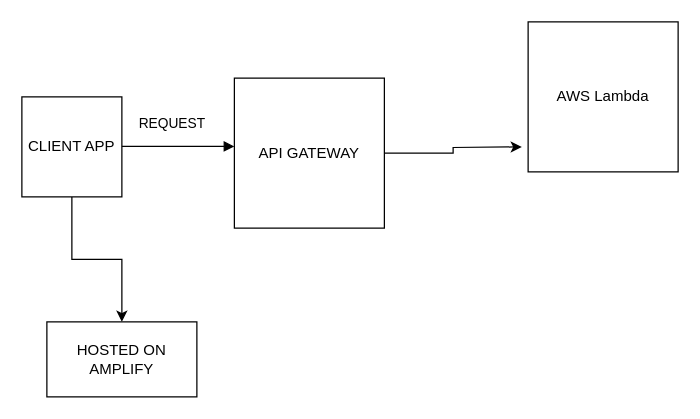
Before: Untitled Diagram.drawio in Nirbhay007/aws-services-app, a draw.io diagram. Source tidied: cells renumbered, new cells numbered last; positions are measured from the earlier drawing's top-left corner, leaving out a move shared by most shapes. Both pictures are drawn from the tidied source at 125%, with x=0, y=0 at pixel (21, 21).
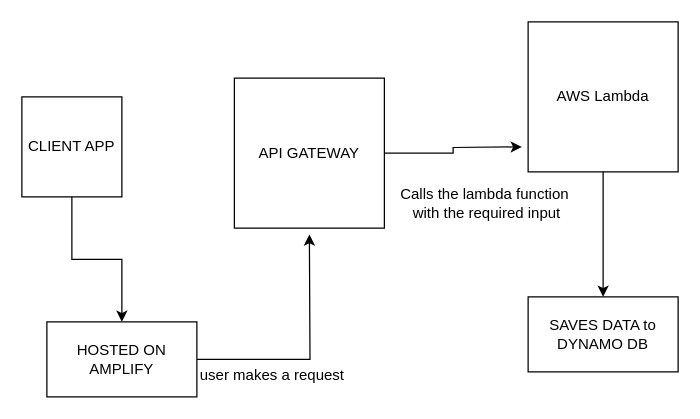
After the change.

What changed in the source:
```diff
@@
 <mxGraphModel>
   <root>
     <mxCell id="0" />
     <mxCell id="1" parent="0" />
-    <mxCell id="2" value="REQUEST" style="html=1;verticalAlign=bottom;endArrow=block;edgeStyle=elbowEdgeStyle;elbow=vertical;curved=0;rounded=0;" parent="1" edge="1">
-      <mxGeometry x="0.16" y="10" relative="1" as="geometry">
-        <mxPoint x="60" y="109.6" as="sourcePoint" />
-        <mxPoint x="170" y="100" as="targetPoint" />
-        <Array as="points">
-          <mxPoint x="170" y="99.6" />
-        </Array>
-      </mxGeometry>
-    </mxCell>
+    <mxCell id="9" style="edgeStyle=orthogonalEdgeStyle;rounded=0;jettySize=auto;html=1;" parent="1" edge="1" source="3" target="13">
+      <mxGeometry relative="1" as="geometry" />
+    </mxCell>
     <mxCell id="3" value="AWS Lambda" style="whiteSpace=wrap;html=1;" parent="1" vertex="1">
       <mxGeometry x="405" width="120" height="120" as="geometry" />
     </mxCell>
     <mxCell id="4" style="edgeStyle=orthogonalEdgeStyle;rounded=0;jettySize=auto;html=1;" parent="1" edge="1" source="5" target="8">
       <mxGeometry relative="1" as="geometry" />
     </mxCell>
     <mxCell id="5" value="CLIENT APP" style="whiteSpace=wrap;html=1;" parent="1" vertex="1">
       <mxGeometry y="60" width="80" height="80" as="geometry" />
     </mxCell>
     <mxCell id="6" style="edgeStyle=orthogonalEdgeStyle;rounded=0;jettySize=auto;html=1;" parent="1" edge="1" source="7">
       <mxGeometry relative="1" as="geometry">
         <mxPoint x="400" y="100" as="targetPoint" />
       </mxGeometry>
     </mxCell>
     <mxCell id="7" value="API GATEWAY" style="whiteSpace=wrap;html=1;" parent="1" vertex="1">
       <mxGeometry x="170" y="45" width="120" height="120" as="geometry" />
     </mxCell>
+    <mxCell id="10" style="edgeStyle=orthogonalEdgeStyle;rounded=0;jettySize=auto;html=1;" parent="1" edge="1" source="8">
+      <mxGeometry relative="1" as="geometry">
+        <mxPoint x="230" y="170" as="targetPoint" />
+      </mxGeometry>
+    </mxCell>
     <mxCell id="8" value="HOSTED ON AMPLIFY" style="rounded=0;whiteSpace=wrap;html=1;" parent="1" vertex="1">
       <mxGeometry x="20" y="240" width="120" height="60" as="geometry" />
     </mxCell>
+    <mxCell id="11" value="user makes a request" style="text;html=1;align=center;verticalAlign=middle;strokeColor=none;fillColor=none;" parent="1" vertex="1">
+      <mxGeometry x="130" y="268" width="140" height="30" as="geometry" />
+    </mxCell>
+    <mxCell id="12" value="Calls the lambda function&lt;br&gt;&amp;nbsp;with the required input" style="text;html=1;align=center;verticalAlign=middle;strokeColor=none;fillColor=none;" parent="1" vertex="1">
+      <mxGeometry x="290" y="125" width="160" height="40" as="geometry" />
+    </mxCell>
+    <mxCell id="13" value="SAVES DATA to&lt;br&gt;DYNAMO DB" style="rounded=0;whiteSpace=wrap;html=1;" parent="1" vertex="1">
+      <mxGeometry x="405" y="220" width="120" height="60" as="geometry" />
+    </mxCell>
   </root>
 </mxGraphModel>
```
